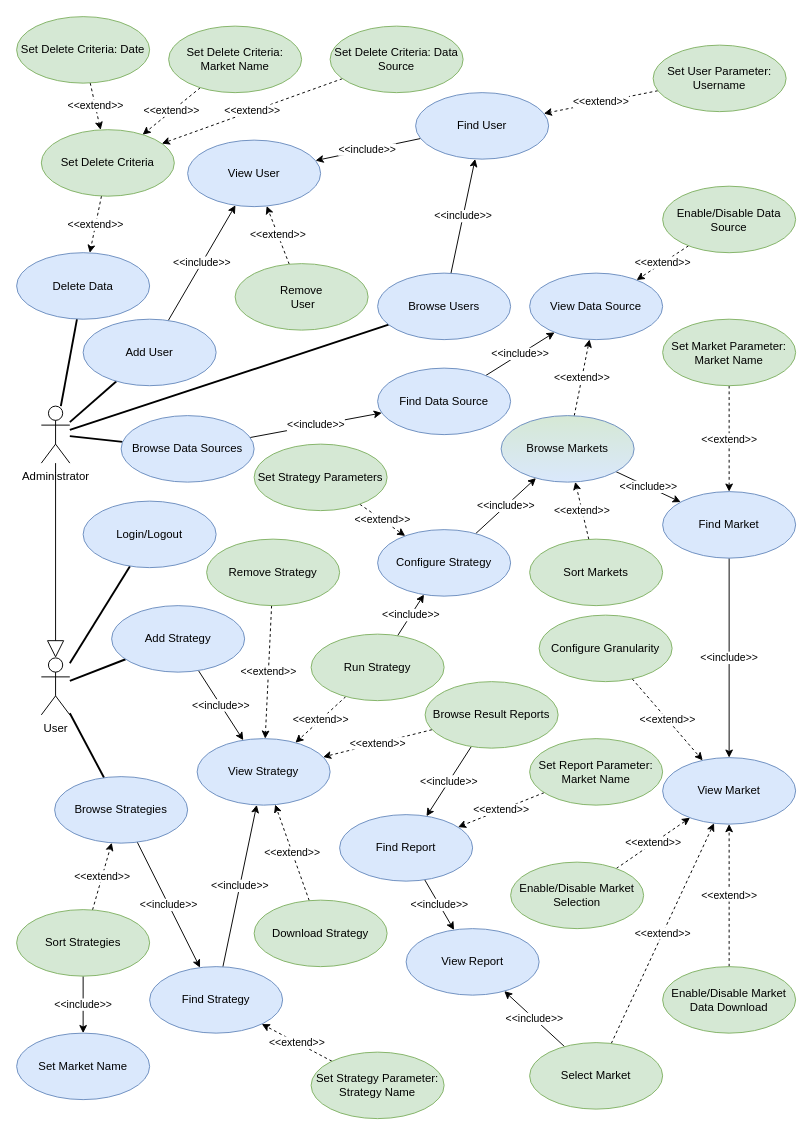
This is drawio/usecases.drawio from nferrante1/lsmsd2, a draw.io file, before an edit. Source tidied: cells renumbered, new cells numbered last; positions are measured from the earlier drawing's top-left corner, leaving out a move shared by most shapes. Both pictures are drawn from the tidied source at 95%, with x=0, y=0 at pixel (16, 16).
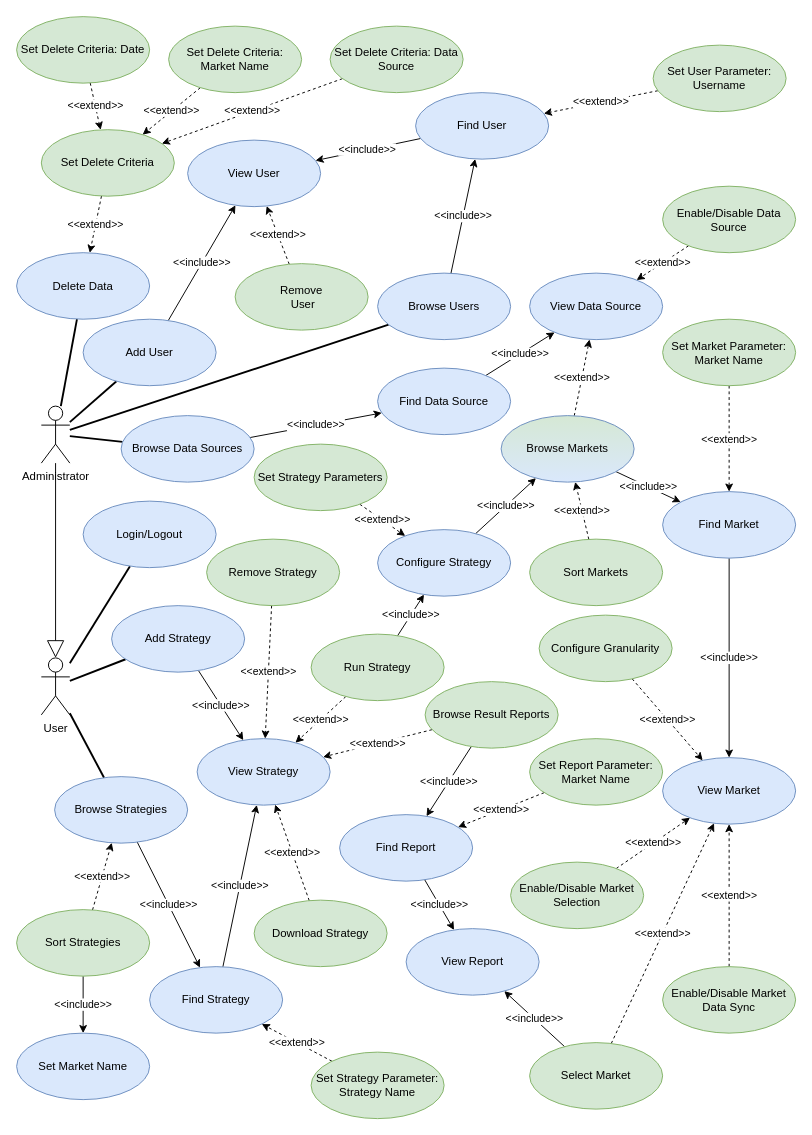
Above is the later version.

Commit message:
s/Data Download/Data Sync/

Diff of the diagram source:
```diff
@@
-    <mxCell id="41" value="Enable/Disable Market Data Download" style="ellipse;whiteSpace=wrap;html=1;fillColor=#d5e8d4;strokeColor=#82b366;" parent="1" vertex="1">
+    <mxCell id="41" value="Enable/Disable Market Data Sync" style="ellipse;whiteSpace=wrap;html=1;fillColor=#d5e8d4;strokeColor=#82b366;" parent="1" vertex="1">
       <mxGeometry x="680" y="1000" width="140" height="70" as="geometry" />
     </mxCell>
```
